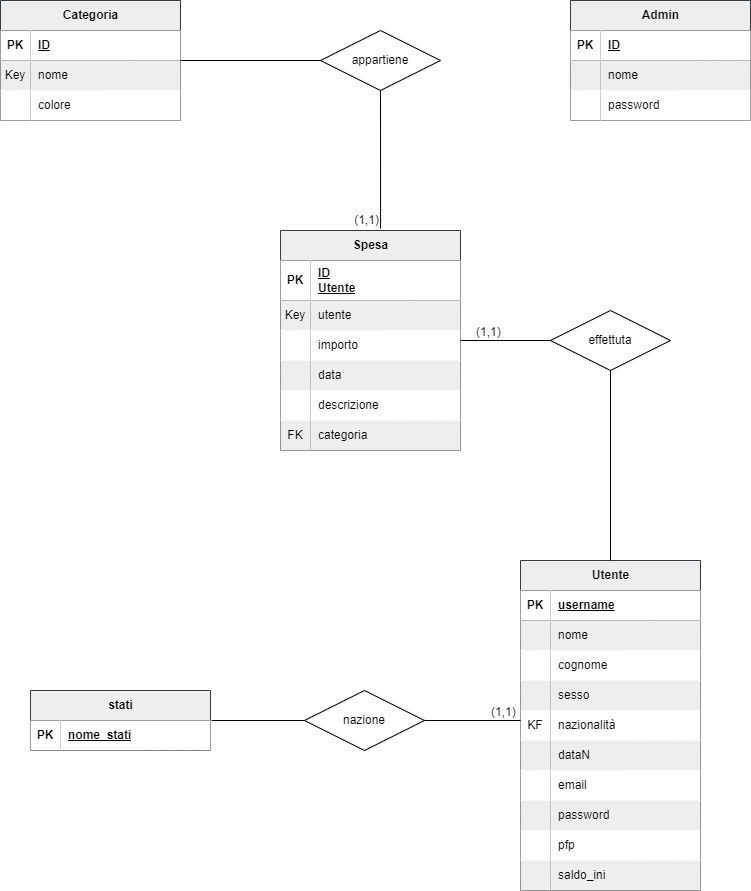
This is allegati/Database_4Money.drawio (1).png from Cristyl/Tesi_laurea, a draw.io export, as it was before one commit. Source tidied: cells renumbered, new cells last; positions are measured from the earlier drawing's top-left corner, leaving out a move shared by most shapes.
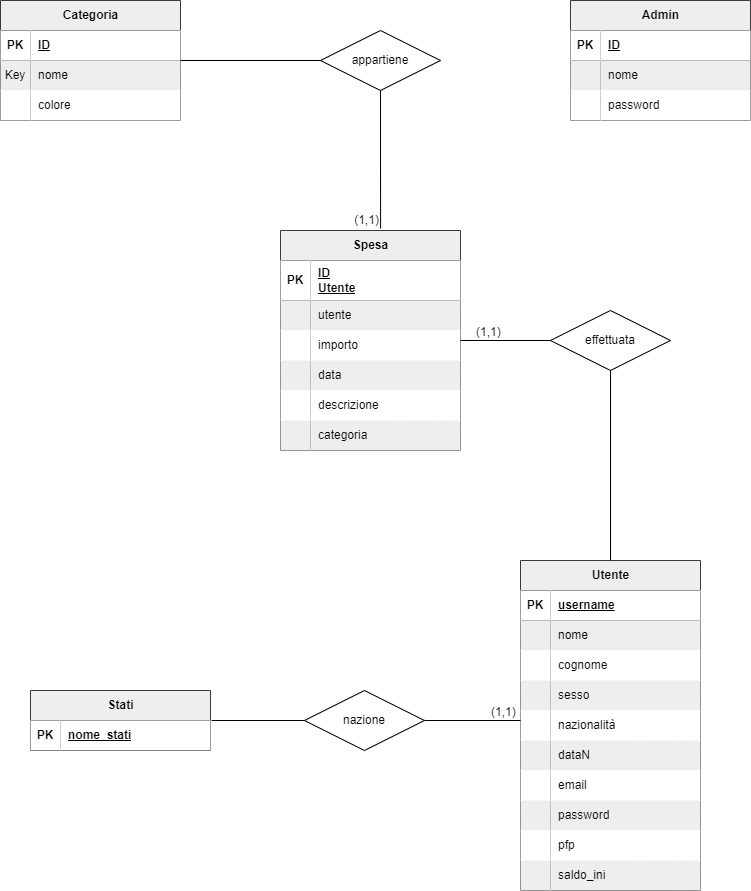
Above is the later version.

What changed in the source:
```diff
@@ -17,7 +17,7 @@
     <mxCell id="6" style="shape=tableRow;horizontal=0;startSize=0;swimlaneHead=0;swimlaneBody=0;fillColor=none;top=0;left=0;right=0;bottom=0;rounded=0;" parent="2" vertex="1">
       <mxGeometry y="70" width="180" height="30" as="geometry" />
     </mxCell>
-    <mxCell id="7" value="Key" style="shape=partialRectangle;fillColor=#eeeeee;top=0;left=0;bottom=0;right=0;overflow=hidden;whiteSpace=wrap;html=1;rounded=0;strokeColor=#36393d;" parent="6" vertex="1">
+    <mxCell id="7" style="shape=partialRectangle;fillColor=#eeeeee;top=0;left=0;bottom=0;right=0;overflow=hidden;whiteSpace=wrap;html=1;rounded=0;strokeColor=#36393d;" parent="6" vertex="1">
       <mxGeometry width="30" height="30" as="geometry" />
     </mxCell>
     <mxCell id="8" value="utente" style="shape=partialRectangle;top=0;left=0;bottom=0;right=0;align=left;spacingLeft=6;overflow=hidden;whiteSpace=wrap;html=1;rounded=0;fillColor=#eeeeee;strokeColor=#36393d;" parent="6" vertex="1">
@@ -53,7 +53,7 @@
     <mxCell id="18" style="shape=tableRow;horizontal=0;startSize=0;swimlaneHead=0;swimlaneBody=0;fillColor=none;top=0;left=0;right=0;bottom=0;rounded=0;" parent="2" vertex="1">
       <mxGeometry y="190" width="180" height="30" as="geometry" />
     </mxCell>
-    <mxCell id="19" value="FK" style="shape=partialRectangle;top=0;left=0;bottom=0;right=0;overflow=hidden;whiteSpace=wrap;html=1;rounded=0;fillColor=#eeeeee;strokeColor=#36393d;" parent="18" vertex="1">
+    <mxCell id="19" style="shape=partialRectangle;top=0;left=0;bottom=0;right=0;overflow=hidden;whiteSpace=wrap;html=1;rounded=0;fillColor=#eeeeee;strokeColor=#36393d;" parent="18" vertex="1">
       <mxGeometry width="30" height="30" as="geometry" />
     </mxCell>
     <mxCell id="20" value="categoria" style="shape=partialRectangle;fillColor=#eeeeee;top=0;left=0;bottom=0;right=0;align=left;spacingLeft=6;overflow=hidden;whiteSpace=wrap;html=1;rounded=0;strokeColor=#36393d;" parent="18" vertex="1">
@@ -119,7 +119,7 @@
     <mxCell id="40" value="colore" style="shape=partialRectangle;top=0;left=0;bottom=0;right=0;align=left;spacingLeft=6;overflow=hidden;whiteSpace=wrap;html=1;rounded=0;" parent="38" vertex="1">
       <mxGeometry x="30" width="150" height="30" as="geometry" />
     </mxCell>
-    <mxCell id="41" value="stati" style="shape=table;startSize=30;rowLines=0;fontStyle=1;align=center;html=1;rounded=0;fillColor=#eeeeee;strokeColor=#36393d;" parent="1" vertex="1">
+    <mxCell id="41" value="Stati" style="shape=table;startSize=30;rowLines=0;fontStyle=1;align=center;html=1;rounded=0;fillColor=#eeeeee;strokeColor=#36393d;" parent="1" vertex="1">
       <mxGeometry x="30" y="690" width="180" height="60" as="geometry" />
     </mxCell>
     <mxCell id="42" style="shape=tableRow;horizontal=0;startSize=0;swimlaneHead=0;swimlaneBody=0;fillColor=none;points=[[0,0.5],[1,0.5]];portConstraint=eastwest;top=0;left=0;right=0;bottom=1;rounded=0;" parent="41" vertex="1">
@@ -173,7 +173,7 @@
     <mxCell id="58" style="shape=tableRow;horizontal=0;startSize=0;swimlaneHead=0;swimlaneBody=0;fillColor=none;top=0;left=0;right=0;bottom=0;rounded=0;" parent="45" vertex="1">
       <mxGeometry y="150" width="180" height="30" as="geometry" />
     </mxCell>
-    <mxCell id="59" value="KF" style="shape=partialRectangle;top=0;left=0;bottom=0;right=0;overflow=hidden;whiteSpace=wrap;html=1;rounded=0;" parent="58" vertex="1">
+    <mxCell id="59" style="shape=partialRectangle;top=0;left=0;bottom=0;right=0;overflow=hidden;whiteSpace=wrap;html=1;rounded=0;" parent="58" vertex="1">
       <mxGeometry width="30" height="30" as="geometry" />
     </mxCell>
     <mxCell id="60" value="nazionalità" style="shape=partialRectangle;top=0;left=0;bottom=0;right=0;align=left;spacingLeft=6;overflow=hidden;whiteSpace=wrap;html=1;rounded=0;" parent="58" vertex="1">
@@ -224,7 +224,7 @@
     <mxCell id="75" value="saldo_ini" style="shape=partialRectangle;fillColor=#eeeeee;top=0;left=0;bottom=0;right=0;align=left;spacingLeft=6;overflow=hidden;whiteSpace=wrap;html=1;rounded=0;strokeColor=#36393d;" parent="73" vertex="1">
       <mxGeometry x="30" width="150" height="30" as="geometry" />
     </mxCell>
-    <mxCell id="76" value="effettuta" style="shape=rhombus;perimeter=rhombusPerimeter;whiteSpace=wrap;html=1;align=center;" parent="1" vertex="1">
+    <mxCell id="76" value="effettuata" style="shape=rhombus;perimeter=rhombusPerimeter;whiteSpace=wrap;html=1;align=center;" parent="1" vertex="1">
       <mxGeometry x="550" y="310" width="120" height="60" as="geometry" />
     </mxCell>
     <mxCell id="77" style="endArrow=none;html=1;rounded=0;exitX=0;exitY=0.5;exitDx=0;exitDy=0;" parent="1" edge="1" source="76">
```
